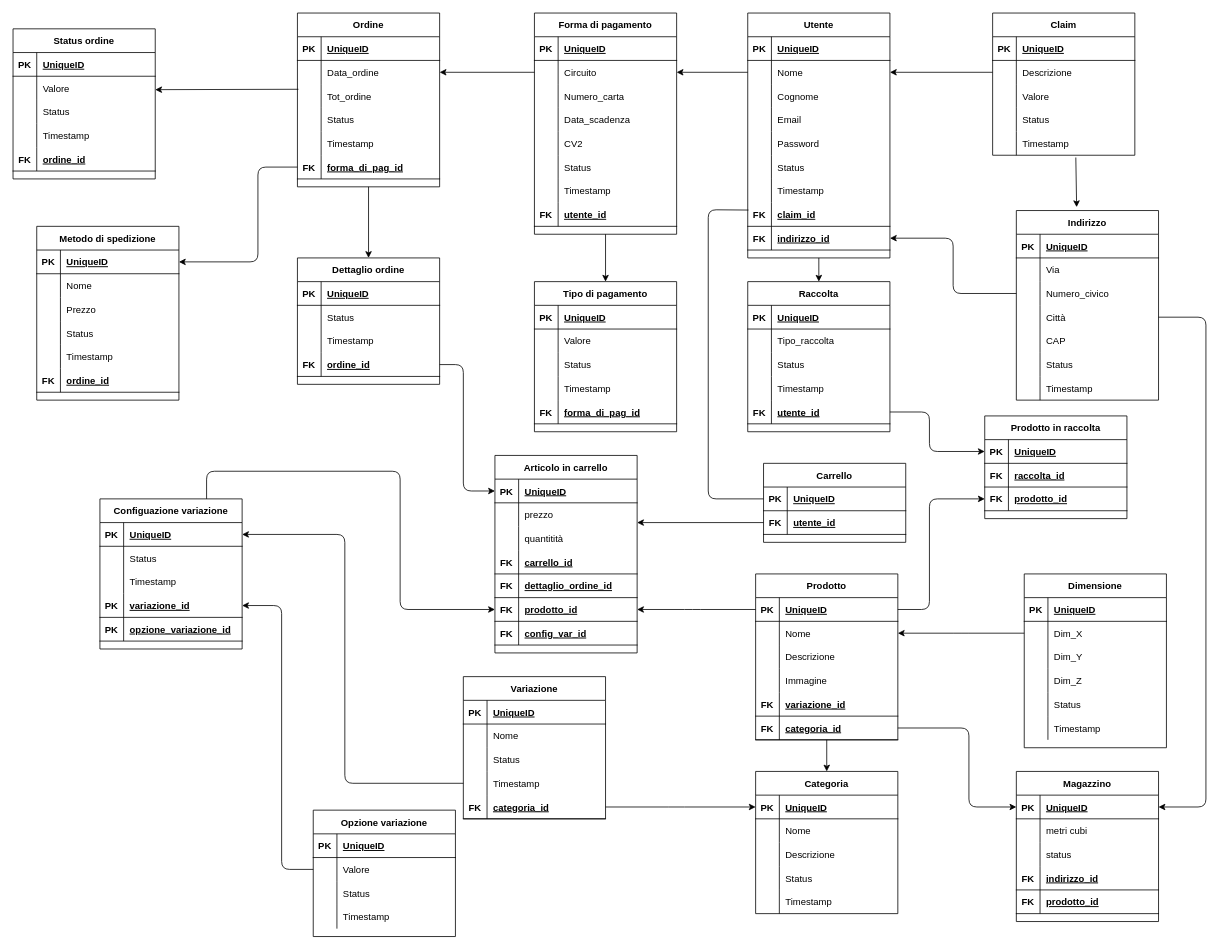
EndriDomiUni/E-commerce keeps this draw.io diagram as doc/modello_logico.drawio. Above is the earlier version. Source tidied: cells renumbered, new cells numbered last; positions are measured from the earlier drawing's top-left corner, leaving out a move shared by most shapes. Both pictures are drawn from the tidied source at 79%, with x=0, y=0 at pixel (13, 13).
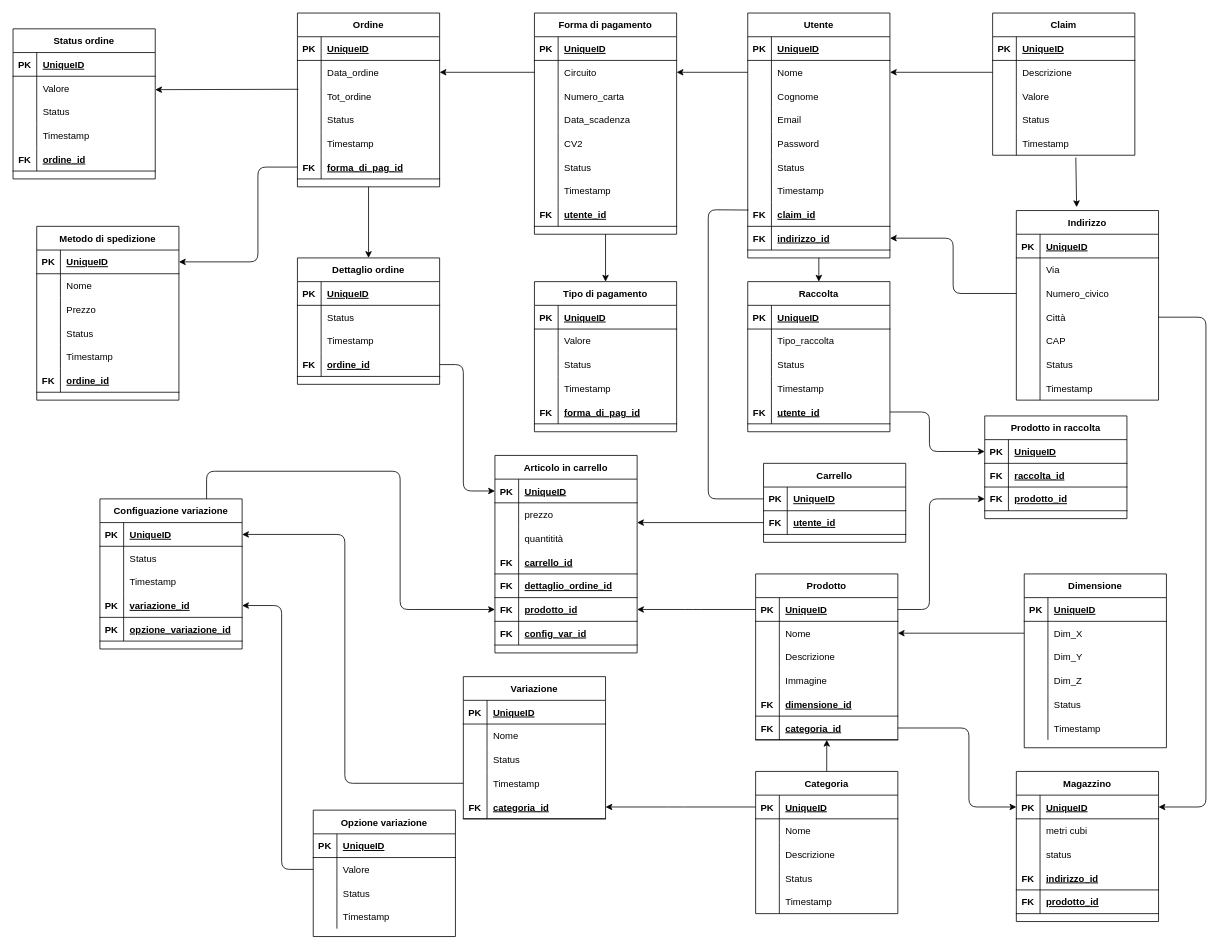
Above is the later version.

Unchanged cells that the change refers to:
```xml
<mxCell id="229" value="Prodotto" style="shape=table;startSize=30;childLayout=tableLayout;rowLines=0;fontStyle=1;align=center;" parent="1" vertex="1">
  <mxGeometry x="940" y="710" width="180" height="210" as="geometry" />
</mxCell>
<mxCell id="242" style="shape=partialRectangle;fillColor=none;top=0;left=0;bottom=1;right=0;" parent="229" vertex="1">
  <mxGeometry y="150" width="180" height="30" as="geometry" />
</mxCell>
<mxCell id="305" value="Categoria" style="shape=table;startSize=30;childLayout=tableLayout;rowLines=0;fontStyle=1;align=center;" parent="1" vertex="1">
  <mxGeometry x="940" y="960" width="180" height="180" as="geometry" />
</mxCell>
<mxCell id="306" style="shape=partialRectangle;fillColor=none;top=0;left=0;bottom=1;right=0;points=[[0,0.5],[1,0.5]];portConstraint=eastwest;" parent="305" vertex="1">
  <mxGeometry y="30" width="180" height="30" as="geometry" />
</mxCell>
<mxCell id="334" style="shape=partialRectangle;fillColor=none;top=0;left=0;bottom=1;right=0;points=[[0,0.5],[1,0.5]];portConstraint=eastwest;" parent="321" vertex="1">
  <mxGeometry y="150" width="180" height="30" as="geometry" />
</mxCell>
```

The edit, as a diff of the source:
```diff
@@
-    <mxCell id="228" style="edgeStyle=none;html=1;exitX=0.5;exitY=1;exitDx=0;exitDy=0;entryX=0.5;entryY=0;entryDx=0;entryDy=0;endArrow=classic;endFill=1;" parent="1" edge="1" source="229" target="305">
+    <mxCell id="228" style="edgeStyle=none;html=1;exitX=0.5;exitY=1;exitDx=0;exitDy=0;entryX=0.5;entryY=0;entryDx=0;entryDy=0;endArrow=none;endFill=0;startArrow=classic;startFill=1;" parent="1" edge="1" source="229" target="305">
       <mxGeometry relative="1" as="geometry" />
     </mxCell>
@@
-    <mxCell id="244" value="variazione_id" style="shape=partialRectangle;fillColor=none;top=0;left=0;bottom=0;right=0;align=left;spacingLeft=6;fontStyle=5;overflow=hidden;" parent="242" vertex="1">
+    <mxCell id="244" value="dimensione_id" style="shape=partialRectangle;fillColor=none;top=0;left=0;bottom=0;right=0;align=left;spacingLeft=6;fontStyle=5;overflow=hidden;" parent="242" vertex="1">
       <mxGeometry x="30" width="150" height="30" as="geometry" />
     </mxCell>
@@
-    <mxCell id="337" style="edgeStyle=none;html=1;exitX=1;exitY=0.5;exitDx=0;exitDy=0;entryX=0;entryY=0.5;entryDx=0;entryDy=0;endArrow=classic;endFill=1;" parent="1" edge="1" source="334" target="306">
+    <mxCell id="337" style="edgeStyle=none;html=1;exitX=1;exitY=0.5;exitDx=0;exitDy=0;entryX=0;entryY=0.5;entryDx=0;entryDy=0;endArrow=none;endFill=0;startArrow=classic;startFill=1;" parent="1" edge="1" source="334" target="306">
       <mxGeometry relative="1" as="geometry">
         <Array as="points">
           <mxPoint x="840" y="1005" />
         </Array>
       </mxGeometry>
     </mxCell>
```
